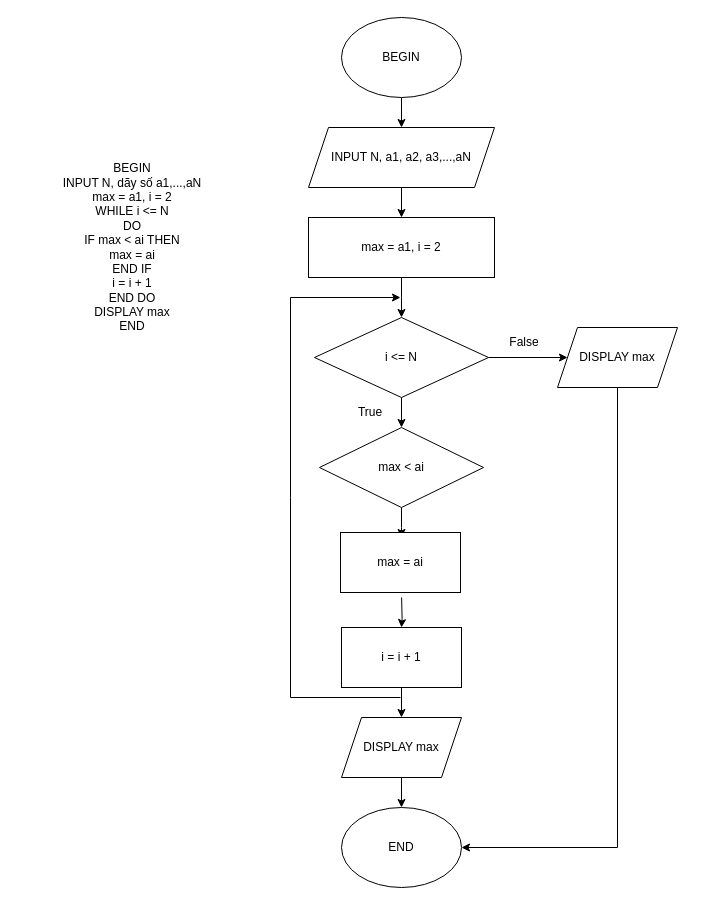
DanHuy77/C0722G1-DangNhatHuy keeps this draw.io diagram as ss3_ma_gia_luu_do/thuattoantimsolonnhattrongdayso.drawio. Above is the earlier version. Source tidied: cells renumbered, new cells numbered last; positions are measured from the earlier drawing's top-left corner, leaving out a move shared by most shapes. Both pictures are drawn from the tidied source at 100%, with x=0, y=0 at pixel (17, 17).
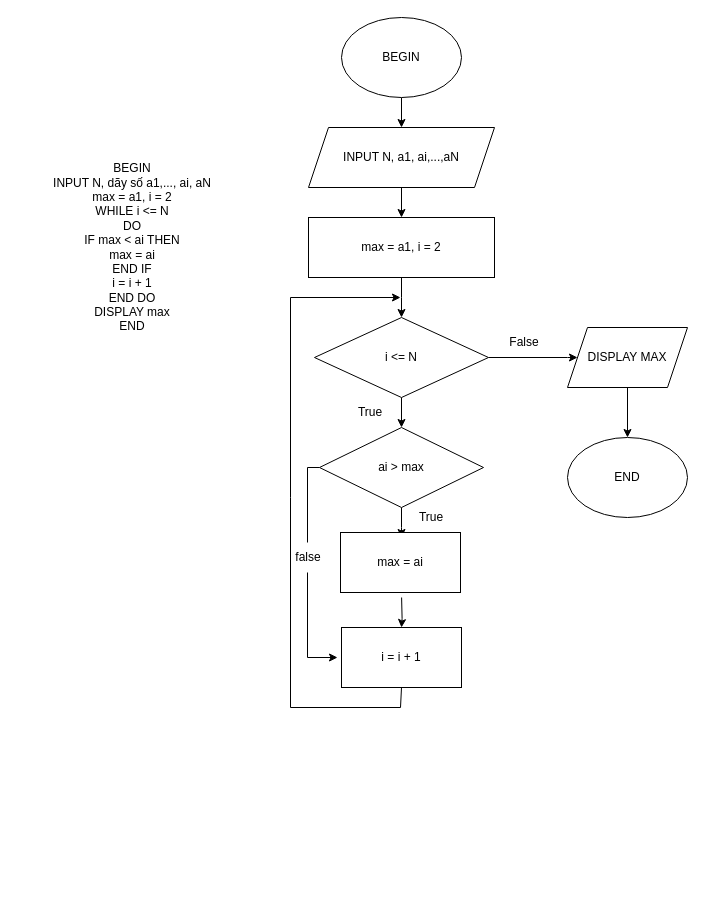
The same page after the edit.

The change refers to these unchanged cells:
```xml
<mxCell id="11" value="i &amp;lt;= N" style="rhombus;whiteSpace=wrap;html=1;" parent="1" vertex="1">
  <mxGeometry x="297" y="300" width="174" height="80" as="geometry" />
</mxCell>
<mxCell id="16" value="i = i + 1" style="rounded=0;whiteSpace=wrap;html=1;" parent="1" vertex="1">
  <mxGeometry x="324" y="610" width="120" height="60" as="geometry" />
</mxCell>
```

Diff of the diagram source:
```diff
@@
-    <mxCell id="4" value="&lt;div&gt;BEGIN&lt;/div&gt;&lt;div&gt;&lt;span style=&quot;&quot;&gt;&#9;&lt;/span&gt;INPUT N, dãy số a1,...,aN&lt;/div&gt;&lt;div&gt;&lt;span style=&quot;&quot;&gt;&#9;&lt;/span&gt;max = a1, i = 2&lt;/div&gt;&lt;div&gt;&lt;span style=&quot;&quot;&gt;&#9;&lt;/span&gt;&lt;/div&gt;&lt;div&gt;&lt;span style=&quot;&quot;&gt;&#9;&lt;/span&gt;WHILE i &amp;lt;= N&lt;/div&gt;&lt;div&gt;&lt;span style=&quot;&quot;&gt;&#9;&lt;/span&gt;DO&lt;/div&gt;&lt;div&gt;&lt;span style=&quot;&quot;&gt;&#9;&lt;/span&gt;IF max &amp;lt; ai THEN&lt;/div&gt;&lt;div&gt;&lt;span style=&quot;&quot;&gt;&#9;&lt;/span&gt;max = ai&lt;/div&gt;&lt;div&gt;&lt;span style=&quot;&quot;&gt;&#9;&lt;/span&gt;END IF&lt;/div&gt;&lt;div&gt;&lt;span style=&quot;&quot;&gt;&#9;&lt;/span&gt;i = i + 1&lt;/div&gt;&lt;div&gt;&lt;span style=&quot;&quot;&gt;&#9;&lt;/span&gt;END DO&lt;/div&gt;&lt;div&gt;&lt;span style=&quot;&quot;&gt;&#9;&lt;/span&gt;DISPLAY max&lt;/div&gt;&lt;div&gt;END&lt;/div&gt;" style="text;html=1;strokeColor=none;fillColor=none;align=center;verticalAlign=middle;whiteSpace=wrap;rounded=0;" parent="1" vertex="1">
+    <mxCell id="4" value="&lt;div&gt;BEGIN&lt;/div&gt;&lt;div&gt;&lt;span style=&quot;&quot;&gt;&#9;&lt;/span&gt;INPUT N, dãy số a1,..., ai, aN&lt;/div&gt;&lt;div&gt;&lt;span style=&quot;&quot;&gt;&#9;&lt;/span&gt;max = a1, i = 2&lt;/div&gt;&lt;div&gt;&lt;span style=&quot;&quot;&gt;&#9;&lt;/span&gt;&lt;/div&gt;&lt;div&gt;&lt;span style=&quot;&quot;&gt;&#9;&lt;/span&gt;WHILE i &amp;lt;= N&lt;/div&gt;&lt;div&gt;&lt;span style=&quot;&quot;&gt;&#9;&lt;/span&gt;DO&lt;/div&gt;&lt;div&gt;&lt;span style=&quot;&quot;&gt;&#9;&lt;/span&gt;IF max &amp;lt; ai THEN&lt;/div&gt;&lt;div&gt;&lt;span style=&quot;&quot;&gt;&#9;&lt;/span&gt;max = ai&lt;/div&gt;&lt;div&gt;&lt;span style=&quot;&quot;&gt;&#9;&lt;/span&gt;END IF&lt;/div&gt;&lt;div&gt;&lt;span style=&quot;&quot;&gt;&#9;&lt;/span&gt;i = i + 1&lt;/div&gt;&lt;div&gt;&lt;span style=&quot;&quot;&gt;&#9;&lt;/span&gt;END DO&lt;/div&gt;&lt;div&gt;&lt;span style=&quot;&quot;&gt;&#9;&lt;/span&gt;DISPLAY max&lt;/div&gt;&lt;div&gt;END&lt;/div&gt;" style="text;html=1;strokeColor=none;fillColor=none;align=center;verticalAlign=middle;whiteSpace=wrap;rounded=0;" parent="1" vertex="1">
       <mxGeometry y="215" width="230" height="30" as="geometry" />
     </mxCell>
@@
-    <mxCell id="6" value="INPUT N, a1, a2, a3,...,aN" style="shape=parallelogram;perimeter=parallelogramPerimeter;whiteSpace=wrap;html=1;fixedSize=1;" parent="1" vertex="1">
+    <mxCell id="6" value="INPUT N, a1, ai,...,aN" style="shape=parallelogram;perimeter=parallelogramPerimeter;whiteSpace=wrap;html=1;fixedSize=1;" parent="1" vertex="1">
       <mxGeometry x="291" y="110" width="186" height="60" as="geometry" />
     </mxCell>
@@
-    <mxCell id="10" style="edgeStyle=orthogonalEdgeStyle;rounded=0;jettySize=auto;html=1;" parent="1" edge="1" source="11" target="23">
-      <mxGeometry relative="1" as="geometry" />
+    <mxCell id="10" style="edgeStyle=orthogonalEdgeStyle;rounded=0;jettySize=auto;html=1;" parent="1" edge="1" source="11">
+      <mxGeometry relative="1" as="geometry">
+        <mxPoint x="560" y="340" as="targetPoint" />
+        <Array as="points">
+          <mxPoint x="550" y="340" />
+        </Array>
+      </mxGeometry>
     </mxCell>
@@
+    <mxCell id="26" style="edgeStyle=orthogonalEdgeStyle;rounded=0;jettySize=auto;html=1;startArrow=none;" parent="1" edge="1" source="30">
+      <mxGeometry relative="1" as="geometry">
+        <mxPoint x="320" y="640" as="targetPoint" />
+        <Array as="points">
+          <mxPoint x="290" y="640" />
+        </Array>
+      </mxGeometry>
+    </mxCell>
-    <mxCell id="13" value="max &amp;lt; ai" style="rhombus;whiteSpace=wrap;html=1;" parent="1" vertex="1">
+    <mxCell id="13" value="ai &amp;gt; max" style="rhombus;whiteSpace=wrap;html=1;" parent="1" vertex="1">
       <mxGeometry x="302" y="410" width="164" height="80" as="geometry" />
     </mxCell>
@@
-    <mxCell id="15" style="edgeStyle=orthogonalEdgeStyle;rounded=0;jettySize=auto;html=1;" parent="1" edge="1" source="16" target="18">
-      <mxGeometry relative="1" as="geometry" />
-    </mxCell>
@@
-    <mxCell id="17" style="edgeStyle=orthogonalEdgeStyle;rounded=0;jettySize=auto;html=1;" parent="1" edge="1" source="18" target="19">
-      <mxGeometry relative="1" as="geometry" />
-    </mxCell>
-    <mxCell id="18" value="DISPLAY max" style="shape=parallelogram;perimeter=parallelogramPerimeter;whiteSpace=wrap;html=1;fixedSize=1;" parent="1" vertex="1">
-      <mxGeometry x="324" y="700" width="120" height="60" as="geometry" />
-    </mxCell>
     <mxCell id="19" value="END" style="ellipse;whiteSpace=wrap;html=1;" parent="1" vertex="1">
-      <mxGeometry x="324" y="790" width="120" height="80" as="geometry" />
+      <mxGeometry x="550" y="420" width="120" height="80" as="geometry" />
     </mxCell>
@@
-    <mxCell id="21" style="endArrow=classic;html=1;rounded=0;" parent="1" edge="1">
+    <mxCell id="21" style="endArrow=classic;html=1;rounded=0;exitX=0.5;exitY=1;exitDx=0;exitDy=0;" parent="1" edge="1" source="16">
       <mxGeometry relative="1" as="geometry">
-        <mxPoint x="383" y="680" as="sourcePoint" />
         <mxPoint x="383" y="280" as="targetPoint" />
         <Array as="points">
-          <mxPoint x="273" y="680" />
+          <mxPoint x="383" y="690" />
+          <mxPoint x="273" y="690" />
           <mxPoint x="273" y="480" />
           <mxPoint x="273" y="280" />
         </Array>
       </mxGeometry>
     </mxCell>
-    <mxCell id="22" style="edgeStyle=orthogonalEdgeStyle;rounded=0;jettySize=auto;html=1;entryX=1;entryY=0.5;entryDx=0;entryDy=0;" parent="1" edge="1" source="23" target="19">
-      <mxGeometry relative="1" as="geometry">
-        <Array as="points">
-          <mxPoint x="600" y="830" />
-        </Array>
-      </mxGeometry>
-    </mxCell>
-    <mxCell id="23" value="DISPLAY max" style="shape=parallelogram;perimeter=parallelogramPerimeter;whiteSpace=wrap;html=1;fixedSize=1;" parent="1" vertex="1">
-      <mxGeometry x="540" y="310" width="120" height="60" as="geometry" />
-    </mxCell>
@@
+    <mxCell id="27" style="edgeStyle=orthogonalEdgeStyle;rounded=0;jettySize=auto;html=1;" parent="1" edge="1" source="28" target="19">
+      <mxGeometry relative="1" as="geometry" />
+    </mxCell>
+    <mxCell id="28" value="DISPLAY MAX" style="shape=parallelogram;perimeter=parallelogramPerimeter;whiteSpace=wrap;html=1;fixedSize=1;" parent="1" vertex="1">
+      <mxGeometry x="550" y="310" width="120" height="60" as="geometry" />
+    </mxCell>
+    <mxCell id="29" value="True" style="text;html=1;strokeColor=none;fillColor=none;align=center;verticalAlign=middle;whiteSpace=wrap;rounded=0;" parent="1" vertex="1">
+      <mxGeometry x="384" y="485" width="60" height="30" as="geometry" />
+    </mxCell>
+    <mxCell id="30" value="false" style="text;html=1;strokeColor=none;fillColor=none;align=center;verticalAlign=middle;whiteSpace=wrap;rounded=0;" parent="1" vertex="1">
+      <mxGeometry x="261" y="525" width="60" height="30" as="geometry" />
+    </mxCell>
+    <mxCell id="31" style="edgeStyle=orthogonalEdgeStyle;rounded=0;jettySize=auto;html=1;endArrow=none;" parent="1" edge="1" source="13" target="30">
+      <mxGeometry relative="1" as="geometry">
+        <Array as="points">
+          <mxPoint x="290" y="450" />
+        </Array>
+      </mxGeometry>
+    </mxCell>
```
